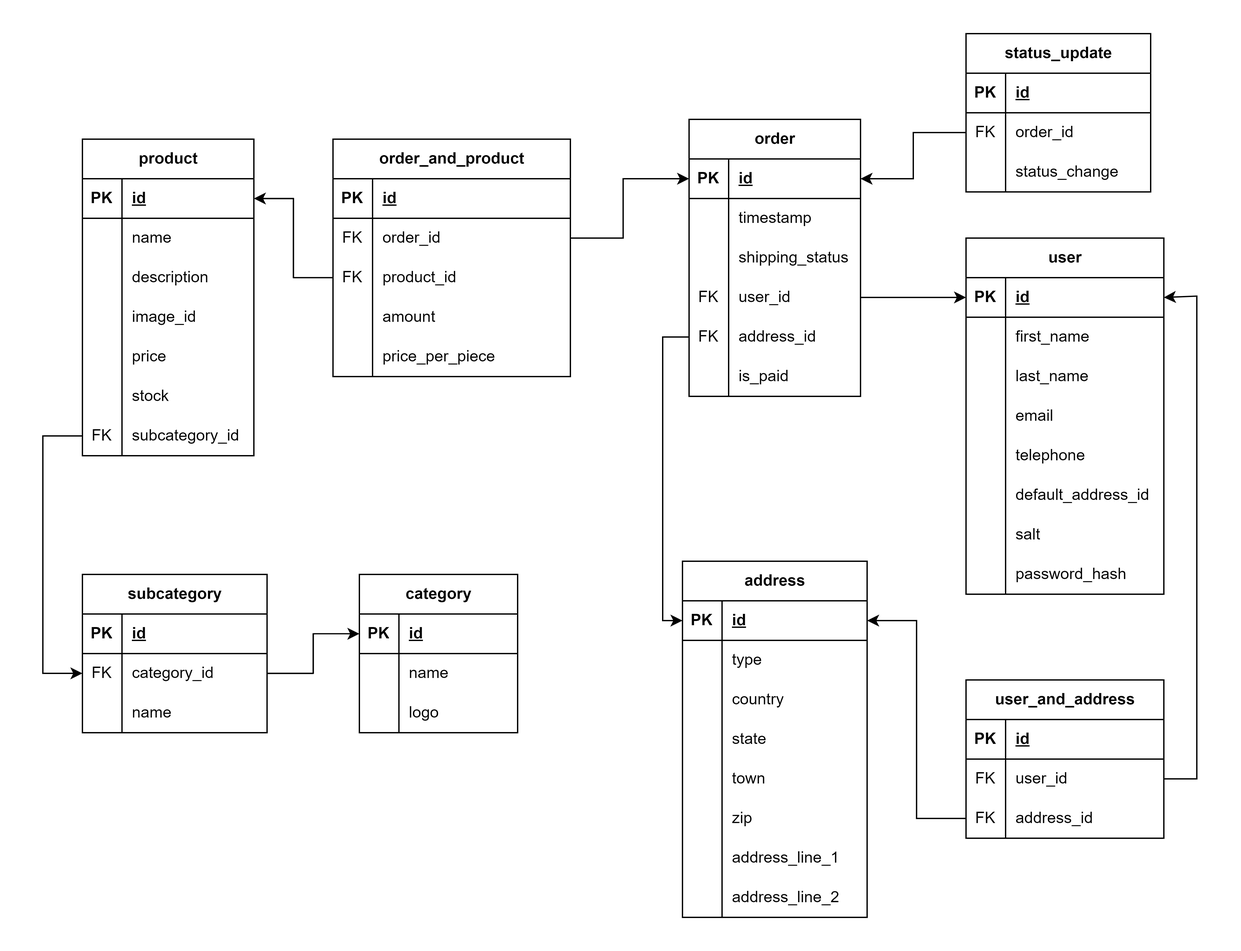
Before: Documentation/Ecommerce ER.png, a diagram exported from draw.io (shekelboi/EcommerceDatabase). Source tidied: cells renumbered, new cells last; positions are measured from the earlier drawing's top-left corner, leaving out a move shared by most shapes.
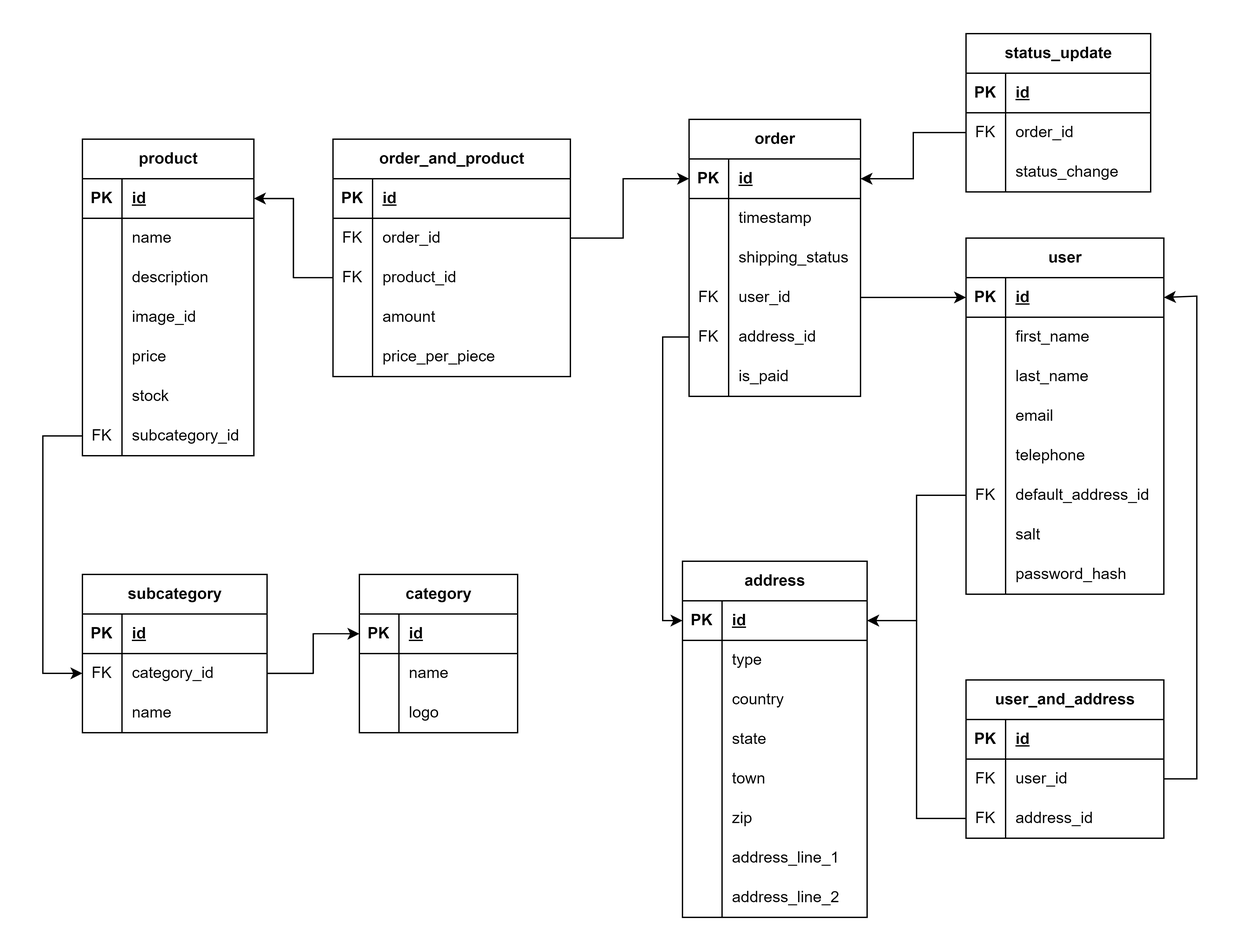
Later version of the same file.

Commit message:
Connected the default address id to the address table

What changed in the source:
```diff
@@ -331,7 +331,7 @@
     <mxCell id="109" style="shape=tableRow;horizontal=0;startSize=0;swimlaneHead=0;swimlaneBody=0;fillColor=none;points=[[0,0.5],[1,0.5]];portConstraint=eastwest;top=0;left=0;right=0;bottom=0;" parent="93" vertex="1">
       <mxGeometry y="180" width="150" height="30" as="geometry" />
     </mxCell>
-    <mxCell id="110" style="shape=partialRectangle;fillColor=none;top=0;left=0;bottom=0;right=0;overflow=hidden;whiteSpace=wrap;html=1;" parent="109" vertex="1">
+    <mxCell id="110" value="FK" style="shape=partialRectangle;fillColor=none;top=0;left=0;bottom=0;right=0;overflow=hidden;whiteSpace=wrap;html=1;" parent="109" vertex="1">
       <mxGeometry width="30" height="30" as="geometry" />
     </mxCell>
     <mxCell id="111" value="default_address_id" style="shape=partialRectangle;fillColor=none;top=0;left=0;bottom=0;right=0;align=left;spacingLeft=6;overflow=hidden;whiteSpace=wrap;html=1;" parent="109" vertex="1">
@@ -485,5 +485,8 @@
         </Array>
       </mxGeometry>
     </mxCell>
+    <mxCell id="158" style="edgeStyle=orthogonalEdgeStyle;rounded=0;jettySize=auto;html=1;entryX=1;entryY=0.5;entryDx=0;entryDy=0;" parent="1" edge="1" source="109" target="130">
+      <mxGeometry relative="1" as="geometry" />
+    </mxCell>
   </root>
 </mxGraphModel>
```
